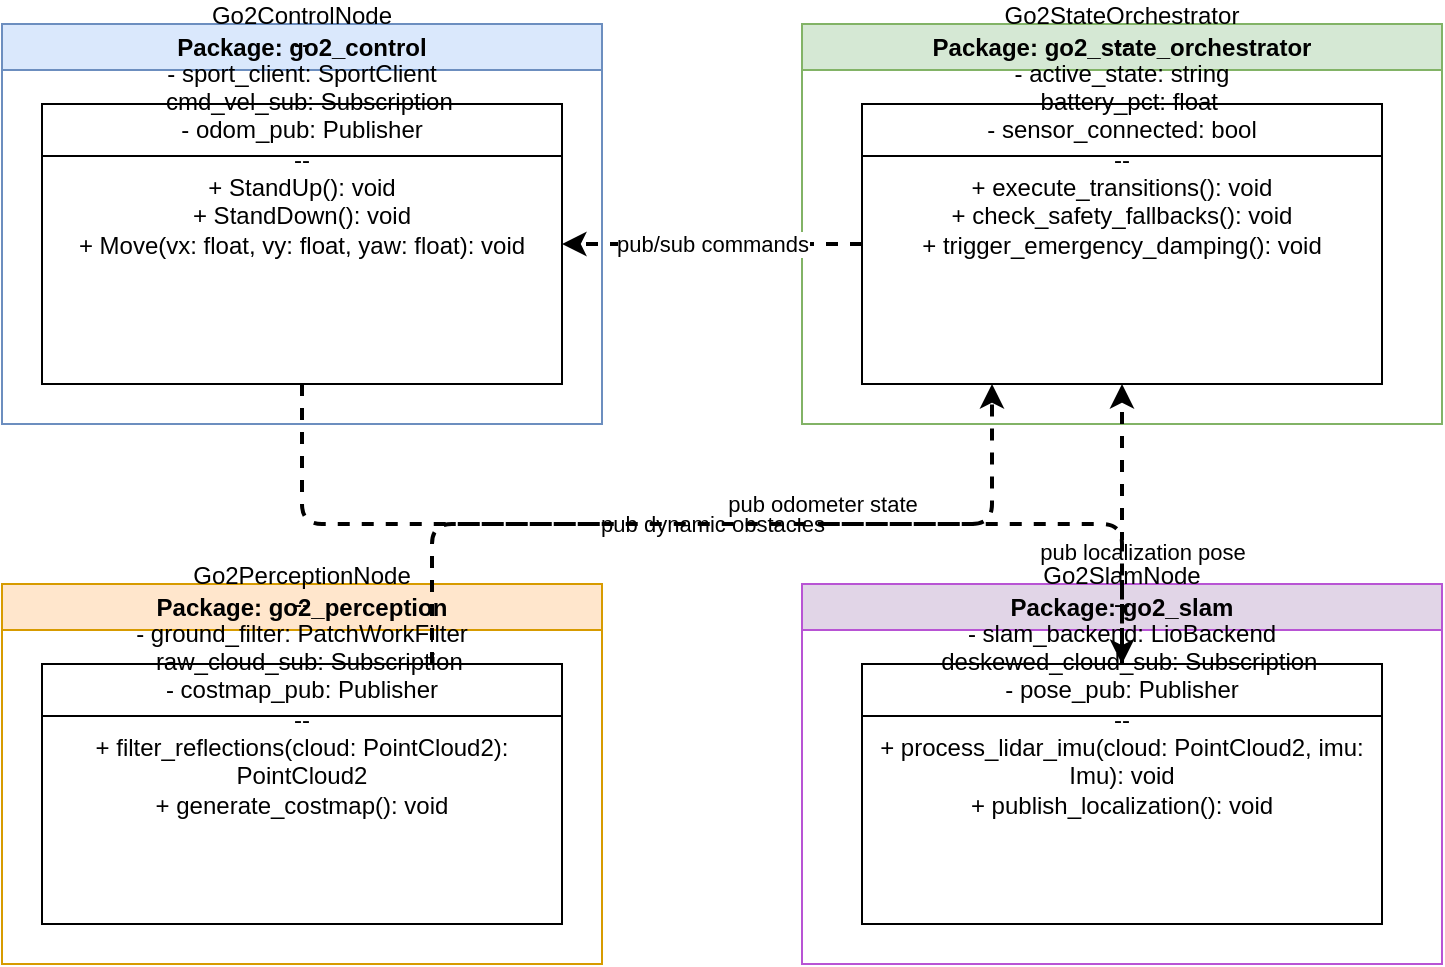
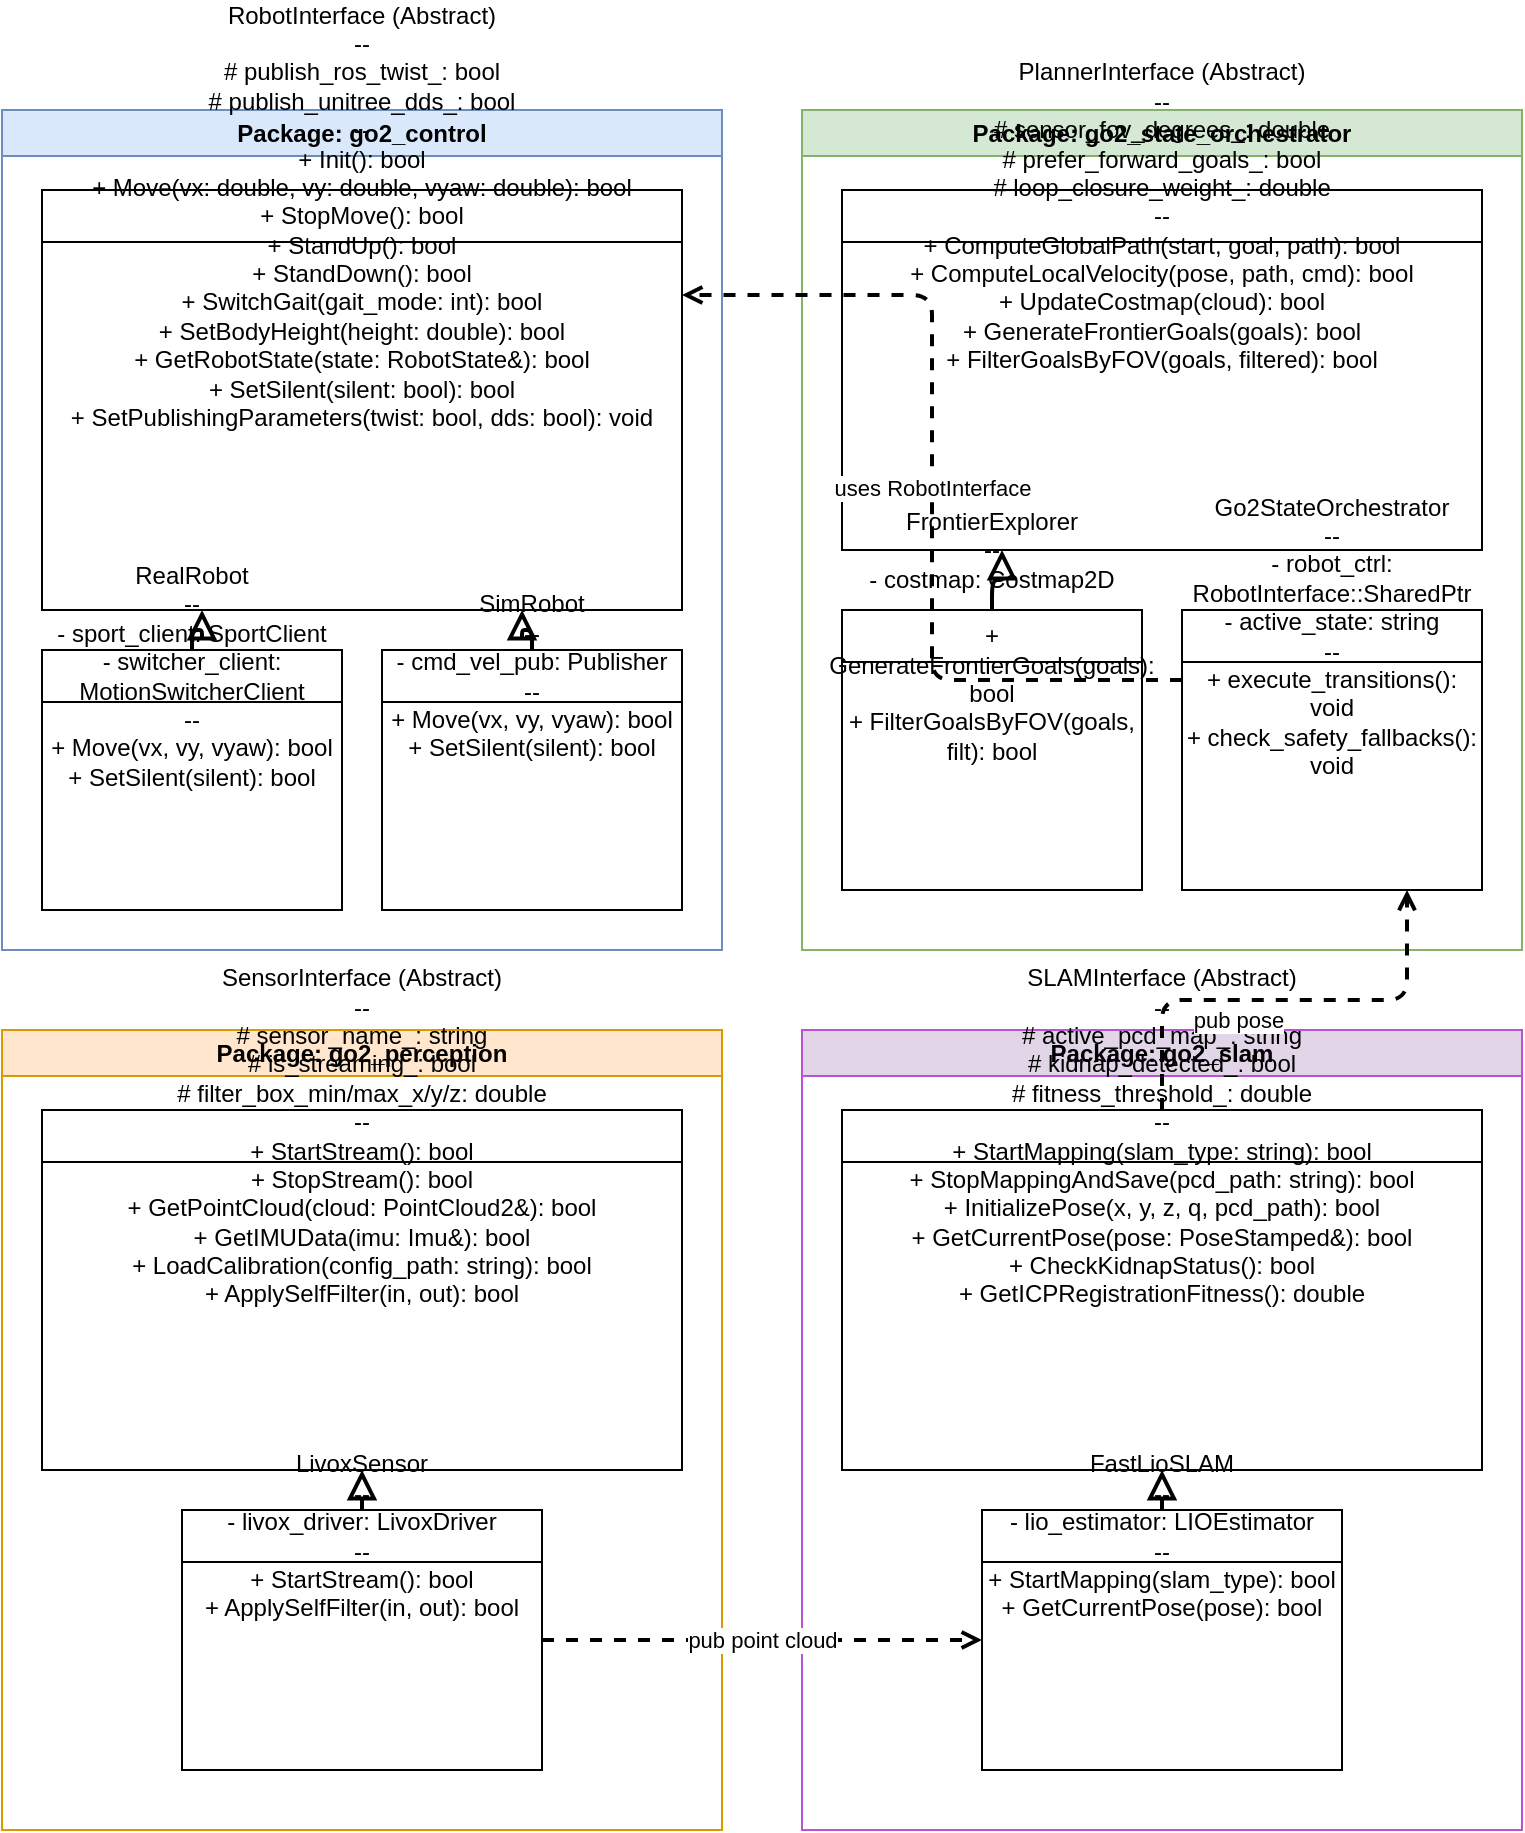
<mxfile host="65bd71144e">
    <diagram id="uml-architecture" name="Go2 UML Component Diagram">
-         <mxGraphModel dx="1000" dy="1000" grid="1" gridSize="10" guides="1" tooltips="1" connect="1" arrows="1" fold="1" page="1" pageScale="1" pageWidth="850" pageHeight="1100" math="0" shadow="0">
+         <mxGraphModel dx="1200" dy="1200" grid="1" gridSize="10" guides="1" tooltips="1" connect="1" arrows="1" fold="1" page="1" pageScale="1" pageWidth="850" pageHeight="1100" math="0" shadow="0">
            <root>
                <mxCell id="0"/>
                <mxCell id="1" parent="0"/>

                <!-- Package: ROS 2 Control Wrapper -->
                <mxCell id="p-control" value="&lt;b&gt;Package: go2_control&lt;/b&gt;" style="swimlane;whiteSpace=wrap;html=1;fillColor=#dae8fc;strokeColor=#6c8ebf;" vertex="1" parent="1">
-                     <mxGeometry x="40" y="40" width="300" height="200" as="geometry"/>
+                     <mxGeometry x="40" y="40" width="360" height="420" as="geometry"/>
                </mxCell>
-                 <mxCell id="c-control-node" value="Go2ControlNode&#x0A;--&#x0A;- sport_client: SportClient&#x0A;- cmd_vel_sub: Subscription&lt;Twist&gt;&#x0A;- odom_pub: Publisher&lt;Odometry&gt;&#x0A;--&#x0A;+ StandUp(): void&#x0A;+ StandDown(): void&#x0A;+ Move(vx: float, vy: float, yaw: float): void" style="swimlane;fontStyle=0;childLayout=poseLayout;horizontal=1;startSize=26;horizontalStack=0;resizeParent=1;resizeParentMax=0;resizeLast=0;collapsible=1;marginBottom=0;whiteSpace=wrap;html=1;" vertex="1" parent="p-control">
-                     <mxGeometry x="20" y="40" width="260" height="140" as="geometry"/>
+ 
+                 <!-- RobotInterface Abstract Class -->
+                 <mxCell id="c-robot-interface" value="RobotInterface (Abstract)&#x0A;--&#x0A;# publish_ros_twist_: bool&#x0A;# publish_unitree_dds_: bool&#x0A;--&#x0A;+ Init(): bool&#x0A;+ Move(vx: double, vy: double, vyaw: double): bool&#x0A;+ StopMove(): bool&#x0A;+ StandUp(): bool&#x0A;+ StandDown(): bool&#x0A;+ SwitchGait(gait_mode: int): bool&#x0A;+ SetBodyHeight(height: double): bool&#x0A;+ GetRobotState(state: RobotState&amp;): bool&#x0A;+ SetSilent(silent: bool): bool&#x0A;+ SetPublishingParameters(twist: bool, dds: bool): void" style="swimlane;fontStyle=0;childLayout=poseLayout;horizontal=1;startSize=26;horizontalStack=0;resizeParent=1;resizeParentMax=0;resizeLast=0;collapsible=1;marginBottom=0;whiteSpace=wrap;html=1;" vertex="1" parent="p-control">
+                     <mxGeometry x="20" y="40" width="320" height="210" as="geometry"/>
+                 </mxCell>
+ 
+                 <!-- RealRobot Concrete Class -->
+                 <mxCell id="c-real-robot" value="RealRobot&#x0A;--&#x0A;- sport_client: SportClient&#x0A;- switcher_client: MotionSwitcherClient&#x0A;--&#x0A;+ Move(vx, vy, vyaw): bool&#x0A;+ SetSilent(silent): bool" style="swimlane;fontStyle=0;childLayout=poseLayout;horizontal=1;startSize=26;horizontalStack=0;resizeParent=1;resizeParentMax=0;resizeLast=0;collapsible=1;marginBottom=0;whiteSpace=wrap;html=1;" vertex="1" parent="p-control">
+                     <mxGeometry x="20" y="270" width="150" height="130" as="geometry"/>
+                 </mxCell>
+ 
+                 <!-- SimRobot Concrete Class -->
+                 <mxCell id="c-sim-robot" value="SimRobot&#x0A;--&#x0A;- cmd_vel_pub: Publisher&#x0A;--&#x0A;+ Move(vx, vy, vyaw): bool&#x0A;+ SetSilent(silent): bool" style="swimlane;fontStyle=0;childLayout=poseLayout;horizontal=1;startSize=26;horizontalStack=0;resizeParent=1;resizeParentMax=0;resizeLast=0;collapsible=1;marginBottom=0;whiteSpace=wrap;html=1;" vertex="1" parent="p-control">
+                     <mxGeometry x="190" y="270" width="150" height="130" as="geometry"/>
+                 </mxCell>
+ 
+                 <!-- Inheritance arrows within go2_control -->
+                 <mxCell id="e-real-robot-inherit" style="edgeStyle=orthogonalEdgeStyle;rounded=1;html=1;exitX=0.5;exitY=0;exitDx=0;exitDy=0;entryX=0.25;entryY=1;entryDx=0;entryDy=0;endArrow=block;endSize=10;endFill=0;strokeWidth=2;" edge="1" parent="p-control" source="c-real-robot" target="c-robot-interface">
+                     <mxGeometry relative="1" as="geometry"/>
+                 </mxCell>
+                 <mxCell id="e-sim-robot-inherit" style="edgeStyle=orthogonalEdgeStyle;rounded=1;html=1;exitX=0.5;exitY=0;exitDx=0;exitDy=0;entryX=0.75;entryY=1;entryDx=0;entryDy=0;endArrow=block;endSize=10;endFill=0;strokeWidth=2;" edge="1" parent="p-control" source="c-sim-robot" target="c-robot-interface">
+                     <mxGeometry relative="1" as="geometry"/>
                </mxCell>

                <!-- Package: ROS 2 State Orchestration -->
                <mxCell id="p-state" value="&lt;b&gt;Package: go2_state_orchestrator&lt;/b&gt;" style="swimlane;whiteSpace=wrap;html=1;fillColor=#d5e8d4;strokeColor=#82b366;" vertex="1" parent="1">
-                     <mxGeometry x="440" y="40" width="320" height="200" as="geometry"/>
+                     <mxGeometry x="440" y="40" width="360" height="420" as="geometry"/>
                </mxCell>
-                 <mxCell id="c-orchestrator" value="Go2StateOrchestrator&#x0A;--&#x0A;- active_state: string&#x0A;- battery_pct: float&#x0A;- sensor_connected: bool&#x0A;--&#x0A;+ execute_transitions(): void&#x0A;+ check_safety_fallbacks(): void&#x0A;+ trigger_emergency_damping(): void" style="swimlane;fontStyle=0;childLayout=poseLayout;horizontal=1;startSize=26;horizontalStack=0;resizeParent=1;resizeParentMax=0;resizeLast=0;collapsible=1;marginBottom=0;whiteSpace=wrap;html=1;" vertex="1" parent="p-state">
-                     <mxGeometry x="30" y="40" width="260" height="140" as="geometry"/>
+ 
+                 <!-- PlannerInterface Abstract Class -->
+                 <mxCell id="c-planner-interface" value="PlannerInterface (Abstract)&#x0A;--&#x0A;# sensor_fov_degrees_: double&#x0A;# prefer_forward_goals_: bool&#x0A;# loop_closure_weight_: double&#x0A;--&#x0A;+ ComputeGlobalPath(start, goal, path): bool&#x0A;+ ComputeLocalVelocity(pose, path, cmd): bool&#x0A;+ UpdateCostmap(cloud): bool&#x0A;+ GenerateFrontierGoals(goals): bool&#x0A;+ FilterGoalsByFOV(goals, filtered): bool" style="swimlane;fontStyle=0;childLayout=poseLayout;horizontal=1;startSize=26;horizontalStack=0;resizeParent=1;resizeParentMax=0;resizeLast=0;collapsible=1;marginBottom=0;whiteSpace=wrap;html=1;" vertex="1" parent="p-state">
+                     <mxGeometry x="20" y="40" width="320" height="180" as="geometry"/>
+                 </mxCell>
+ 
+                 <!-- FrontierExplorer Class -->
+                 <mxCell id="c-frontier-explorer" value="FrontierExplorer&#x0A;--&#x0A;- costmap: Costmap2D&#x0A;--&#x0A;+ GenerateFrontierGoals(goals): bool&#x0A;+ FilterGoalsByFOV(goals, filt): bool" style="swimlane;fontStyle=0;childLayout=poseLayout;horizontal=1;startSize=26;horizontalStack=0;resizeParent=1;resizeParentMax=0;resizeLast=0;collapsible=1;marginBottom=0;whiteSpace=wrap;html=1;" vertex="1" parent="p-state">
+                     <mxGeometry x="20" y="250" width="150" height="140" as="geometry"/>
+                 </mxCell>
+ 
+                 <!-- Go2StateOrchestrator Class -->
+                 <mxCell id="c-orchestrator" value="Go2StateOrchestrator&#x0A;--&#x0A;- robot_ctrl: RobotInterface::SharedPtr&#x0A;- active_state: string&#x0A;--&#x0A;+ execute_transitions(): void&#x0A;+ check_safety_fallbacks(): void" style="swimlane;fontStyle=0;childLayout=poseLayout;horizontal=1;startSize=26;horizontalStack=0;resizeParent=1;resizeParentMax=0;resizeLast=0;collapsible=1;marginBottom=0;whiteSpace=wrap;html=1;" vertex="1" parent="p-state">
+                     <mxGeometry x="190" y="250" width="150" height="140" as="geometry"/>
+                 </mxCell>
+ 
+                 <!-- Inheritance arrow in p-state -->
+                 <mxCell id="e-frontier-explorer-inherit" style="edgeStyle=orthogonalEdgeStyle;rounded=1;html=1;exitX=0.5;exitY=0;exitDx=0;exitDy=0;entryX=0.25;entryY=1;entryDx=0;entryDy=0;endArrow=block;endSize=10;endFill=0;strokeWidth=2;" edge="1" parent="p-state" source="c-frontier-explorer" target="c-planner-interface">
+                     <mxGeometry relative="1" as="geometry"/>
                </mxCell>

                <!-- Package: ROS 2 Perception -->
                <mxCell id="p-perception" value="&lt;b&gt;Package: go2_perception&lt;/b&gt;" style="swimlane;whiteSpace=wrap;html=1;fillColor=#ffe6cc;strokeColor=#d79b00;" vertex="1" parent="1">
-                     <mxGeometry x="40" y="320" width="300" height="190" as="geometry"/>
+                     <mxGeometry x="40" y="500" width="360" height="400" as="geometry"/>
                </mxCell>
-                 <mxCell id="c-perception-node" value="Go2PerceptionNode&#x0A;--&#x0A;- ground_filter: PatchWorkFilter&#x0A;- raw_cloud_sub: Subscription&lt;PointCloud2&gt;&#x0A;- costmap_pub: Publisher&lt;OccupancyGrid&gt;&#x0A;--&#x0A;+ filter_reflections(cloud: PointCloud2): PointCloud2&#x0A;+ generate_costmap(): void" style="swimlane;fontStyle=0;childLayout=poseLayout;horizontal=1;startSize=26;horizontalStack=0;resizeParent=1;resizeParentMax=0;resizeLast=0;collapsible=1;marginBottom=0;whiteSpace=wrap;html=1;" vertex="1" parent="p-perception">
-                     <mxGeometry x="20" y="40" width="260" height="130" as="geometry"/>
+ 
+                 <!-- SensorInterface Abstract Class -->
+                 <mxCell id="c-sensor-interface" value="SensorInterface (Abstract)&#x0A;--&#x0A;# sensor_name_: string&#x0A;# is_streaming_: bool&#x0A;# filter_box_min/max_x/y/z: double&#x0A;--&#x0A;+ StartStream(): bool&#x0A;+ StopStream(): bool&#x0A;+ GetPointCloud(cloud: PointCloud2&amp;): bool&#x0A;+ GetIMUData(imu: Imu&amp;): bool&#x0A;+ LoadCalibration(config_path: string): bool&#x0A;+ ApplySelfFilter(in, out): bool" style="swimlane;fontStyle=0;childLayout=poseLayout;horizontal=1;startSize=26;horizontalStack=0;resizeParent=1;resizeParentMax=0;resizeLast=0;collapsible=1;marginBottom=0;whiteSpace=wrap;html=1;" vertex="1" parent="p-perception">
+                     <mxGeometry x="20" y="40" width="320" height="180" as="geometry"/>
+                 </mxCell>
+ 
+                 <!-- LivoxSensor Class -->
+                 <mxCell id="c-livox-sensor" value="LivoxSensor&#x0A;--&#x0A;- livox_driver: LivoxDriver&#x0A;--&#x0A;+ StartStream(): bool&#x0A;+ ApplySelfFilter(in, out): bool" style="swimlane;fontStyle=0;childLayout=poseLayout;horizontal=1;startSize=26;horizontalStack=0;resizeParent=1;resizeParentMax=0;resizeLast=0;collapsible=1;marginBottom=0;whiteSpace=wrap;html=1;" vertex="1" parent="p-perception">
+                     <mxGeometry x="90" y="240" width="180" height="130" as="geometry"/>
+                 </mxCell>
+ 
+                 <!-- Inheritance arrow in p-perception -->
+                 <mxCell id="e-livox-sensor-inherit" style="edgeStyle=orthogonalEdgeStyle;rounded=1;html=1;exitX=0.5;exitY=0;exitDx=0;exitDy=0;entryX=0.5;entryY=1;entryDx=0;entryDy=0;endArrow=block;endSize=10;endFill=0;strokeWidth=2;" edge="1" parent="p-perception" source="c-livox-sensor" target="c-sensor-interface">
+                     <mxGeometry relative="1" as="geometry"/>
                </mxCell>

                <!-- Package: ROS 2 SLAM Backend -->
                <mxCell id="p-slam" value="&lt;b&gt;Package: go2_slam&lt;/b&gt;" style="swimlane;whiteSpace=wrap;html=1;fillColor=#e1d5e7;strokeColor=#b854d4;" vertex="1" parent="1">
-                     <mxGeometry x="440" y="320" width="320" height="190" as="geometry"/>
-                 </mxCell>
-                 <mxCell id="c-slam-node" value="Go2SlamNode&#x0A;--&#x0A;- slam_backend: LioBackend&#x0A;- deskewed_cloud_sub: Subscription&lt;PointCloud2&gt;&#x0A;- pose_pub: Publisher&lt;PoseStamped&gt;&#x0A;--&#x0A;+ process_lidar_imu(cloud: PointCloud2, imu: Imu): void&#x0A;+ publish_localization(): void" style="swimlane;fontStyle=0;childLayout=poseLayout;horizontal=1;startSize=26;horizontalStack=0;resizeParent=1;resizeParentMax=0;resizeLast=0;collapsible=1;marginBottom=0;whiteSpace=wrap;html=1;" vertex="1" parent="p-slam">
-                     <mxGeometry x="30" y="40" width="260" height="130" as="geometry"/>
+                     <mxGeometry x="440" y="500" width="360" height="400" as="geometry"/>
                </mxCell>

-                 <!-- Connectors: Subscriptions & Relationships -->
-                 <mxCell id="conn-state-to-control" value="pub/sub commands" style="edgeStyle=orthogonalEdgeStyle;rounded=1;orthogonalLoop=1;jettySize=auto;html=1;exitX=0;exitY=0.5;exitDx=0;exitDy=0;entryX=1;entryY=0.5;entryDx=0;entryDy=0;dashed=1;strokeWidth=2;" edge="1" parent="1" source="c-orchestrator" target="c-control-node">
+                 <!-- SLAMInterface Abstract Class -->
+                 <mxCell id="c-slam-interface" value="SLAMInterface (Abstract)&#x0A;--&#x0A;# active_pcd_map_: string&#x0A;# kidnap_detected_: bool&#x0A;# fitness_threshold_: double&#x0A;--&#x0A;+ StartMapping(slam_type: string): bool&#x0A;+ StopMappingAndSave(pcd_path: string): bool&#x0A;+ InitializePose(x, y, z, q, pcd_path): bool&#x0A;+ GetCurrentPose(pose: PoseStamped&amp;): bool&#x0A;+ CheckKidnapStatus(): bool&#x0A;+ GetICPRegistrationFitness(): double" style="swimlane;fontStyle=0;childLayout=poseLayout;horizontal=1;startSize=26;horizontalStack=0;resizeParent=1;resizeParentMax=0;resizeLast=0;collapsible=1;marginBottom=0;whiteSpace=wrap;html=1;" vertex="1" parent="p-slam">
+                     <mxGeometry x="20" y="40" width="320" height="180" as="geometry"/>
+                 </mxCell>
+ 
+                 <!-- FastLioSLAM Class -->
+                 <mxCell id="c-fast-lio-slam" value="FastLioSLAM&#x0A;--&#x0A;- lio_estimator: LIOEstimator&#x0A;--&#x0A;+ StartMapping(slam_type): bool&#x0A;+ GetCurrentPose(pose): bool" style="swimlane;fontStyle=0;childLayout=poseLayout;horizontal=1;startSize=26;horizontalStack=0;resizeParent=1;resizeParentMax=0;resizeLast=0;collapsible=1;marginBottom=0;whiteSpace=wrap;html=1;" vertex="1" parent="p-slam">
+                     <mxGeometry x="90" y="240" width="180" height="130" as="geometry"/>
+                 </mxCell>
+ 
+                 <!-- Inheritance arrow in p-slam -->
+                 <mxCell id="e-fast-lio-slam-inherit" style="edgeStyle=orthogonalEdgeStyle;rounded=1;html=1;exitX=0.5;exitY=0;exitDx=0;exitDy=0;entryX=0.5;entryY=1;entryDx=0;entryDy=0;endArrow=block;endSize=10;endFill=0;strokeWidth=2;" edge="1" parent="p-slam" source="c-fast-lio-slam" target="c-slam-interface">
                    <mxGeometry relative="1" as="geometry"/>
                </mxCell>
-                 <mxCell id="conn-slam-to-state" value="pub localization pose" style="edgeStyle=orthogonalEdgeStyle;rounded=1;orthogonalLoop=1;jettySize=auto;html=1;exitX=0.5;exitY=0;exitDx=0;exitDy=0;entryX=0.5;entryY=1;entryDx=0;entryDy=0;dashed=1;strokeWidth=2;" edge="1" parent="1" source="c-slam-node" target="c-orchestrator">
-                     <mxGeometry x="-0.2" y="-10" relative="1" as="geometry">
-                         <mxPoint as="offset"/>
-                     </mxGeometry>
-                 </mxCell>
-                 <mxCell id="conn-perception-to-state" value="pub dynamic obstacles" style="edgeStyle=orthogonalEdgeStyle;rounded=1;orthogonalLoop=1;jettySize=auto;html=1;exitX=0.75;exitY=0;exitDx=0;exitDy=0;entryX=0.25;entryY=1;entryDx=0;entryDy=0;dashed=1;strokeWidth=2;" edge="1" parent="1" source="c-perception-node" target="c-orchestrator">
+ 
+                 <!-- Cross-Package Connectors (Dotted arrows for relationships) -->
+                 <!-- Orchestrator uses RobotInterface -->
+                 <mxCell id="conn-orch-to-robot" value="uses RobotInterface" style="edgeStyle=orthogonalEdgeStyle;rounded=1;orthogonalLoop=1;jettySize=auto;html=1;exitX=0;exitY=0.25;exitDx=0;exitDy=0;entryX=1;entryY=0.25;entryDx=0;entryDy=0;dashed=1;strokeWidth=2;endArrow=open;" edge="1" parent="1" source="c-orchestrator" target="c-robot-interface">
                    <mxGeometry relative="1" as="geometry"/>
                </mxCell>
-                 <mxCell id="conn-control-to-slam" value="pub odometer state" style="edgeStyle=orthogonalEdgeStyle;rounded=1;orthogonalLoop=1;jettySize=auto;html=1;exitX=0.5;exitY=1;exitDx=0;exitDy=0;entryX=0.5;entryY=0;entryDx=0;entryDy=0;dashed=1;strokeWidth=2;" edge="1" parent="1" source="c-control-node" target="c-slam-node">
-                     <mxGeometry x="0.2" y="10" relative="1" as="geometry">
+ 
+                 <!-- LivoxSensor publishes point clouds to SLAM -->
+                 <mxCell id="conn-sensor-to-slam" value="pub point cloud" style="edgeStyle=orthogonalEdgeStyle;rounded=1;orthogonalLoop=1;jettySize=auto;html=1;exitX=1;exitY=0.5;exitDx=0;exitDy=0;entryX=0;entryY=0.5;entryDx=0;entryDy=0;dashed=1;strokeWidth=2;endArrow=open;" edge="1" parent="1" source="c-livox-sensor" target="c-fast-lio-slam">
+                     <mxGeometry relative="1" as="geometry"/>
+                 </mxCell>
+ 
+                 <!-- SLAM publishes localized pose to Orchestrator -->
+                 <mxCell id="conn-slam-to-orch" value="pub pose" style="edgeStyle=orthogonalEdgeStyle;rounded=1;orthogonalLoop=1;jettySize=auto;html=1;exitX=0.5;exitY=0;exitDx=0;exitDy=0;entryX=0.75;entryY=1;entryDx=0;entryDy=0;dashed=1;strokeWidth=2;endArrow=open;" edge="1" parent="1" source="c-slam-interface" target="c-orchestrator">
+                     <mxGeometry x="-0.2" y="-10" relative="1" as="geometry">
                        <mxPoint as="offset"/>
                    </mxGeometry>
                </mxCell>
            </root>
        </mxGraphModel>
    </diagram>
</mxfile>
